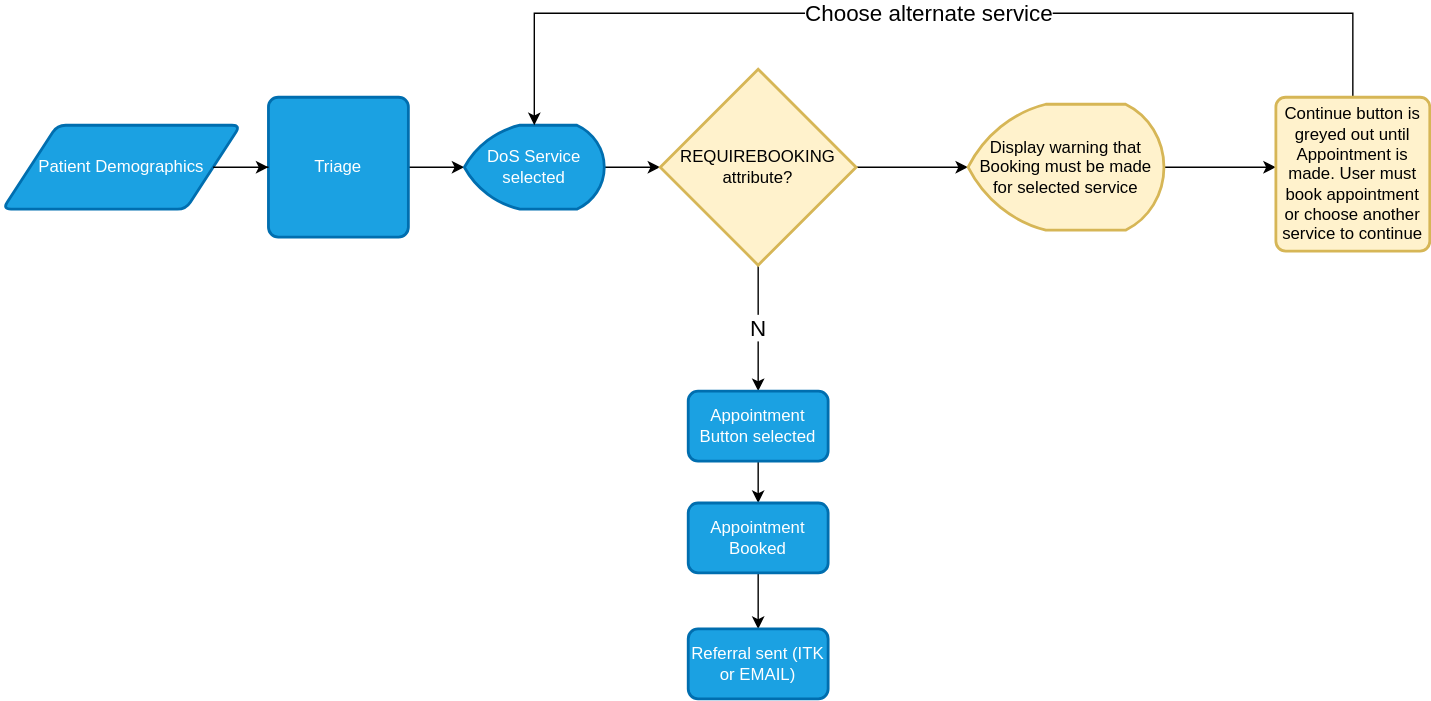
NHSDigital/booking-and-referral-media keeps this draw.io diagram as src/images/WorkFlows/DOS-bookingattribute-workflow.svg. Above is the earlier version. Source tidied: cells renumbered, new cells last; positions are measured from the earlier drawing's top-left corner, leaving out a move shared by most shapes. Its diagram source:
```xml
<mxGraphModel>
  <root>
    <mxCell id="0" />
    <mxCell id="1" parent="0" />
    <mxCell id="2" value="Patient Demographics" style="shape=parallelogram;html=1;strokeWidth=2;perimeter=parallelogramPerimeter;whiteSpace=wrap;rounded=1;arcSize=12;size=0.23;fillColor=#1ba1e2;strokeColor=#006EAF;fontColor=#ffffff;" parent="1" vertex="1">
      <mxGeometry y="80" width="170" height="60" as="geometry" />
    </mxCell>
    <mxCell id="3" style="edgeStyle=orthogonalEdgeStyle;rounded=0;jettySize=auto;html=1;entryX=0;entryY=0.5;entryDx=0;entryDy=0;entryPerimeter=0;" parent="1" edge="1" source="4" target="7">
      <mxGeometry relative="1" as="geometry" />
    </mxCell>
    <mxCell id="4" value="Triage" style="rounded=1;whiteSpace=wrap;html=1;absoluteArcSize=1;arcSize=14;strokeWidth=2;fillColor=#1ba1e2;strokeColor=#006EAF;fontColor=#ffffff;" parent="1" vertex="1">
      <mxGeometry x="190" y="60" width="100" height="100" as="geometry" />
    </mxCell>
    <mxCell id="5" style="edgeStyle=orthogonalEdgeStyle;rounded=0;jettySize=auto;html=1;" parent="1" edge="1" source="2" target="4">
      <mxGeometry relative="1" as="geometry" />
    </mxCell>
    <mxCell id="6" style="edgeStyle=orthogonalEdgeStyle;rounded=0;jettySize=auto;html=1;" parent="1" edge="1" source="7">
      <mxGeometry relative="1" as="geometry">
        <mxPoint x="470" y="110" as="targetPoint" />
      </mxGeometry>
    </mxCell>
    <mxCell id="7" value="DoS Service selected" style="strokeWidth=2;html=1;shape=mxgraph.flowchart.display;whiteSpace=wrap;fillColor=#1ba1e2;strokeColor=#006EAF;fontColor=#ffffff;" parent="1" vertex="1">
      <mxGeometry x="330" y="80" width="100" height="60" as="geometry" />
    </mxCell>
    <mxCell id="8" value="&lt;font style=&quot;font-size: 16px&quot;&gt;N&lt;/font&gt;" style="edgeStyle=orthogonalEdgeStyle;rounded=0;jettySize=auto;html=1;entryX=0.5;entryY=0;entryDx=0;entryDy=0;entryPerimeter=0;" parent="1" edge="1" source="10" target="12">
      <mxGeometry relative="1" as="geometry" />
    </mxCell>
    <mxCell id="9" style="edgeStyle=orthogonalEdgeStyle;rounded=0;jettySize=auto;html=1;" parent="1" edge="1" source="10">
      <mxGeometry relative="1" as="geometry">
        <mxPoint x="690" y="110" as="targetPoint" />
      </mxGeometry>
    </mxCell>
    <mxCell id="10" value="REQUIREBOOKING attribute?" style="strokeWidth=2;html=1;shape=mxgraph.flowchart.decision;whiteSpace=wrap;fillColor=#fff2cc;strokeColor=#d6b656;" parent="1" vertex="1">
      <mxGeometry x="470" y="40" width="140" height="140" as="geometry" />
    </mxCell>
    <mxCell id="11" style="edgeStyle=orthogonalEdgeStyle;rounded=0;jettySize=auto;html=1;" parent="1" edge="1" source="12" target="14">
      <mxGeometry relative="1" as="geometry" />
    </mxCell>
    <mxCell id="12" value="Appointment Button selected" style="rounded=1;whiteSpace=wrap;html=1;absoluteArcSize=1;arcSize=14;strokeWidth=2;fillColor=#1ba1e2;strokeColor=#006EAF;fontColor=#ffffff;" parent="1" vertex="1">
      <mxGeometry x="490" y="270" width="100" height="50" as="geometry" />
    </mxCell>
    <mxCell id="13" style="edgeStyle=orthogonalEdgeStyle;rounded=0;jettySize=auto;html=1;" parent="1" edge="1" source="14" target="15">
      <mxGeometry relative="1" as="geometry" />
    </mxCell>
    <mxCell id="14" value="Appointment Booked" style="rounded=1;whiteSpace=wrap;html=1;absoluteArcSize=1;arcSize=14;strokeWidth=2;fillColor=#1ba1e2;strokeColor=#006EAF;fontColor=#ffffff;" parent="1" vertex="1">
      <mxGeometry x="490" y="350" width="100" height="50" as="geometry" />
    </mxCell>
    <mxCell id="15" value="Referral sent (ITK or EMAIL)" style="rounded=1;whiteSpace=wrap;html=1;absoluteArcSize=1;arcSize=14;strokeWidth=2;fillColor=#1ba1e2;strokeColor=#006EAF;fontColor=#ffffff;" parent="1" vertex="1">
      <mxGeometry x="490" y="440" width="100" height="50" as="geometry" />
    </mxCell>
    <mxCell id="16" style="edgeStyle=orthogonalEdgeStyle;rounded=0;jettySize=auto;html=1;" parent="1" edge="1" source="17">
      <mxGeometry relative="1" as="geometry">
        <mxPoint x="910" y="110" as="targetPoint" />
      </mxGeometry>
    </mxCell>
    <mxCell id="17" value="Display warning that Booking must be made for selected service" style="strokeWidth=2;html=1;shape=mxgraph.flowchart.display;whiteSpace=wrap;fillColor=#fff2cc;strokeColor=#d6b656;" parent="1" vertex="1">
      <mxGeometry x="690" y="65" width="140" height="90" as="geometry" />
    </mxCell>
    <mxCell id="18" value="&lt;font style=&quot;font-size: 16px&quot;&gt;Choose alternate service&lt;/font&gt;" style="edgeStyle=orthogonalEdgeStyle;rounded=0;jettySize=auto;html=1;entryX=0.5;entryY=0;entryDx=0;entryDy=0;entryPerimeter=0;" parent="1" edge="1" source="19" target="7">
      <mxGeometry relative="1" as="geometry">
        <Array as="points">
          <mxPoint x="965" />
          <mxPoint x="380" />
        </Array>
      </mxGeometry>
    </mxCell>
    <mxCell id="19" value="Continue button is greyed out until Appointment is made. User must book appointment or choose another service to continue" style="rounded=1;whiteSpace=wrap;html=1;absoluteArcSize=1;arcSize=14;strokeWidth=2;fillColor=#fff2cc;strokeColor=#d6b656;" parent="1" vertex="1">
      <mxGeometry x="910" y="60" width="110" height="110" as="geometry" />
    </mxCell>
  </root>
</mxGraphModel>
```
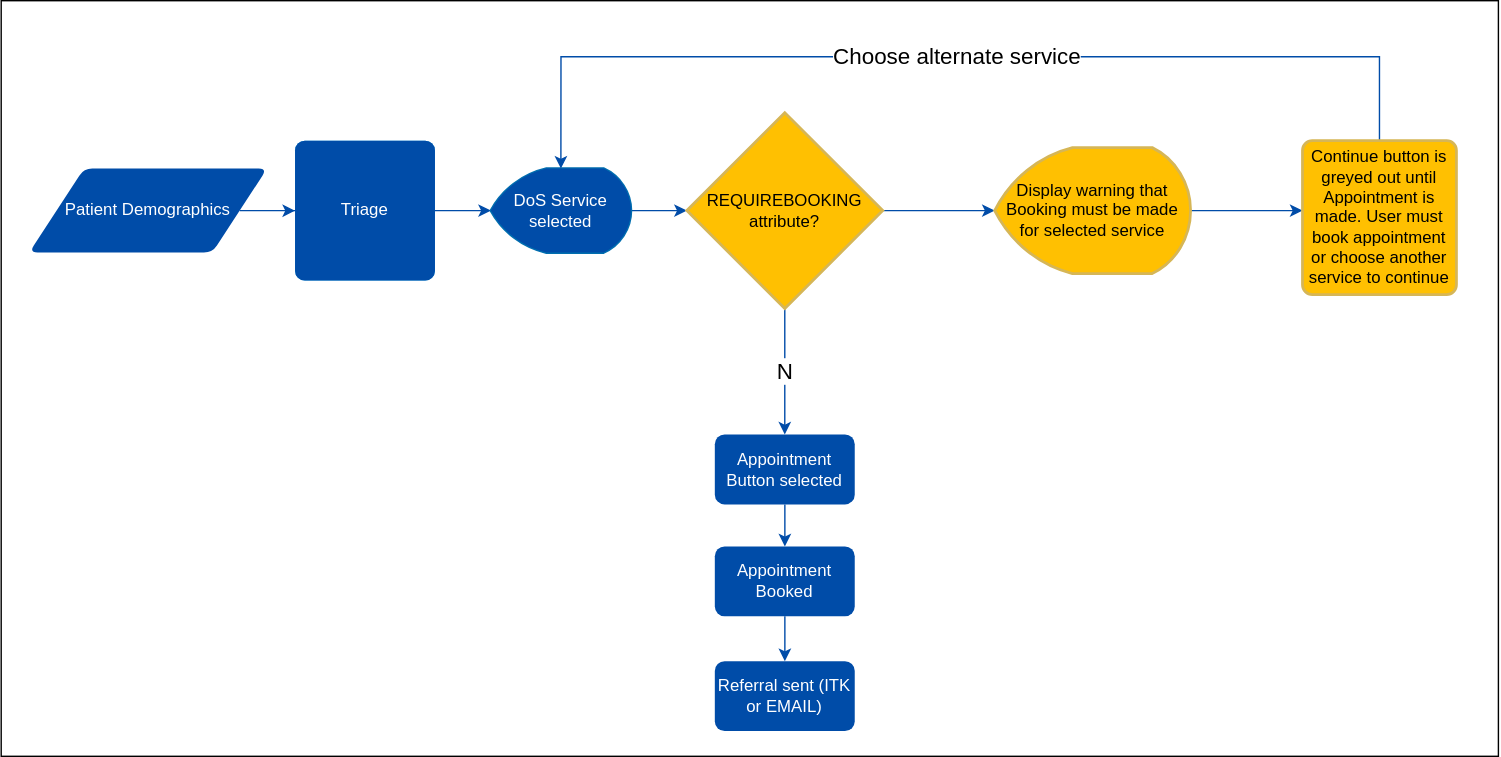
Above is the later version.

Commit message:
Updated DOS attribute image

The edit, as a diff of the source:
```diff
@@ -2,19 +2,22 @@
   <root>
     <mxCell id="0" />
     <mxCell id="1" parent="0" />
+    <mxCell id="20" style="rounded=0;whiteSpace=wrap;html=1;" parent="1" vertex="1">
+      <mxGeometry x="-20" y="-40" width="1070" height="540" as="geometry" />
+    </mxCell>
-    <mxCell id="2" value="Patient Demographics" style="shape=parallelogram;html=1;strokeWidth=2;perimeter=parallelogramPerimeter;whiteSpace=wrap;rounded=1;arcSize=12;size=0.23;fillColor=#1ba1e2;strokeColor=#006EAF;fontColor=#ffffff;" parent="1" vertex="1">
+    <mxCell id="2" value="Patient Demographics" style="shape=parallelogram;html=1;strokeWidth=2;perimeter=parallelogramPerimeter;whiteSpace=wrap;rounded=1;arcSize=12;size=0.23;fillColor=#004CA8;strokeColor=none;fontColor=#ffffff;" parent="1" vertex="1">
       <mxGeometry y="80" width="170" height="60" as="geometry" />
     </mxCell>
-    <mxCell id="3" style="edgeStyle=orthogonalEdgeStyle;rounded=0;jettySize=auto;html=1;entryX=0;entryY=0.5;entryDx=0;entryDy=0;entryPerimeter=0;" parent="1" edge="1" source="4" target="7">
+    <mxCell id="3" style="edgeStyle=orthogonalEdgeStyle;rounded=0;jettySize=auto;html=1;entryX=0;entryY=0.5;entryDx=0;entryDy=0;entryPerimeter=0;strokeColor=#004CA8;" parent="1" edge="1" source="4" target="7">
       <mxGeometry relative="1" as="geometry" />
     </mxCell>
-    <mxCell id="4" value="Triage" style="rounded=1;whiteSpace=wrap;html=1;absoluteArcSize=1;arcSize=14;strokeWidth=2;fillColor=#1ba1e2;strokeColor=#006EAF;fontColor=#ffffff;" parent="1" vertex="1">
+    <mxCell id="4" value="Triage" style="rounded=1;whiteSpace=wrap;html=1;absoluteArcSize=1;arcSize=14;strokeWidth=2;fillColor=#1ba1e2;strokeColor=none;fontColor=#ffffff;" parent="1" vertex="1">
       <mxGeometry x="190" y="60" width="100" height="100" as="geometry" />
     </mxCell>
-    <mxCell id="5" style="edgeStyle=orthogonalEdgeStyle;rounded=0;jettySize=auto;html=1;" parent="1" edge="1" source="2" target="4">
+    <mxCell id="5" style="edgeStyle=orthogonalEdgeStyle;rounded=0;jettySize=auto;html=1;strokeColor=#004CA8;" parent="1" edge="1" source="2" target="4">
       <mxGeometry relative="1" as="geometry" />
     </mxCell>
-    <mxCell id="6" style="edgeStyle=orthogonalEdgeStyle;rounded=0;jettySize=auto;html=1;" parent="1" edge="1" source="7">
+    <mxCell id="6" style="edgeStyle=orthogonalEdgeStyle;rounded=0;jettySize=auto;html=1;strokeColor=#004CA8;" parent="1" edge="1" source="7">
       <mxGeometry relative="1" as="geometry">
         <mxPoint x="470" y="110" as="targetPoint" />
       </mxGeometry>
@@ -22,41 +25,41 @@
     <mxCell id="7" value="DoS Service selected" style="strokeWidth=2;html=1;shape=mxgraph.flowchart.display;whiteSpace=wrap;fillColor=#1ba1e2;strokeColor=#006EAF;fontColor=#ffffff;" parent="1" vertex="1">
       <mxGeometry x="330" y="80" width="100" height="60" as="geometry" />
     </mxCell>
-    <mxCell id="8" value="&lt;font style=&quot;font-size: 16px&quot;&gt;N&lt;/font&gt;" style="edgeStyle=orthogonalEdgeStyle;rounded=0;jettySize=auto;html=1;entryX=0.5;entryY=0;entryDx=0;entryDy=0;entryPerimeter=0;" parent="1" edge="1" source="10" target="12">
+    <mxCell id="8" value="&lt;font style=&quot;font-size: 16px&quot;&gt;N&lt;/font&gt;" style="edgeStyle=orthogonalEdgeStyle;rounded=0;jettySize=auto;html=1;entryX=0.5;entryY=0;entryDx=0;entryDy=0;entryPerimeter=0;strokeColor=#004CA8;" parent="1" edge="1" source="10" target="12">
       <mxGeometry relative="1" as="geometry" />
     </mxCell>
-    <mxCell id="9" style="edgeStyle=orthogonalEdgeStyle;rounded=0;jettySize=auto;html=1;" parent="1" edge="1" source="10">
+    <mxCell id="9" style="edgeStyle=orthogonalEdgeStyle;rounded=0;jettySize=auto;html=1;strokeColor=#004CA8;" parent="1" edge="1" source="10">
       <mxGeometry relative="1" as="geometry">
         <mxPoint x="690" y="110" as="targetPoint" />
       </mxGeometry>
     </mxCell>
-    <mxCell id="10" value="REQUIREBOOKING attribute?" style="strokeWidth=2;html=1;shape=mxgraph.flowchart.decision;whiteSpace=wrap;fillColor=#fff2cc;strokeColor=#d6b656;" parent="1" vertex="1">
+    <mxCell id="10" value="REQUIREBOOKING attribute?" style="strokeWidth=2;html=1;shape=mxgraph.flowchart.decision;whiteSpace=wrap;fillColor=#FFC001;strokeColor=#d6b656;" parent="1" vertex="1">
       <mxGeometry x="470" y="40" width="140" height="140" as="geometry" />
     </mxCell>
-    <mxCell id="11" style="edgeStyle=orthogonalEdgeStyle;rounded=0;jettySize=auto;html=1;" parent="1" edge="1" source="12" target="14">
+    <mxCell id="11" style="edgeStyle=orthogonalEdgeStyle;rounded=0;jettySize=auto;html=1;strokeColor=#004CA8;" parent="1" edge="1" source="12" target="14">
       <mxGeometry relative="1" as="geometry" />
     </mxCell>
-    <mxCell id="12" value="Appointment Button selected" style="rounded=1;whiteSpace=wrap;html=1;absoluteArcSize=1;arcSize=14;strokeWidth=2;fillColor=#1ba1e2;strokeColor=#006EAF;fontColor=#ffffff;" parent="1" vertex="1">
+    <mxCell id="12" value="Appointment Button selected" style="rounded=1;whiteSpace=wrap;html=1;absoluteArcSize=1;arcSize=14;strokeWidth=2;fillColor=#004CA8;strokeColor=none;fontColor=#ffffff;" parent="1" vertex="1">
       <mxGeometry x="490" y="270" width="100" height="50" as="geometry" />
     </mxCell>
-    <mxCell id="13" style="edgeStyle=orthogonalEdgeStyle;rounded=0;jettySize=auto;html=1;" parent="1" edge="1" source="14" target="15">
+    <mxCell id="13" style="edgeStyle=orthogonalEdgeStyle;rounded=0;jettySize=auto;html=1;strokeColor=#004CA8;" parent="1" edge="1" source="14" target="15">
       <mxGeometry relative="1" as="geometry" />
     </mxCell>
-    <mxCell id="14" value="Appointment Booked" style="rounded=1;whiteSpace=wrap;html=1;absoluteArcSize=1;arcSize=14;strokeWidth=2;fillColor=#1ba1e2;strokeColor=#006EAF;fontColor=#ffffff;" parent="1" vertex="1">
+    <mxCell id="14" value="Appointment Booked" style="rounded=1;whiteSpace=wrap;html=1;absoluteArcSize=1;arcSize=14;strokeWidth=2;fillColor=#004CA8;strokeColor=none;fontColor=#ffffff;" parent="1" vertex="1">
       <mxGeometry x="490" y="350" width="100" height="50" as="geometry" />
     </mxCell>
-    <mxCell id="15" value="Referral sent (ITK or EMAIL)" style="rounded=1;whiteSpace=wrap;html=1;absoluteArcSize=1;arcSize=14;strokeWidth=2;fillColor=#1ba1e2;strokeColor=#006EAF;fontColor=#ffffff;" parent="1" vertex="1">
-      <mxGeometry x="490" y="440" width="100" height="50" as="geometry" />
+    <mxCell id="15" value="Referral sent (ITK or EMAIL)" style="rounded=1;whiteSpace=wrap;html=1;absoluteArcSize=1;arcSize=14;strokeWidth=2;fillColor=#004CA8;strokeColor=none;fontColor=#ffffff;" parent="1" vertex="1">
+      <mxGeometry x="490" y="432" width="100" height="50" as="geometry" />
     </mxCell>
-    <mxCell id="16" style="edgeStyle=orthogonalEdgeStyle;rounded=0;jettySize=auto;html=1;" parent="1" edge="1" source="17">
+    <mxCell id="16" style="edgeStyle=orthogonalEdgeStyle;rounded=0;jettySize=auto;html=1;strokeColor=#004CA8;" parent="1" edge="1" source="17">
       <mxGeometry relative="1" as="geometry">
         <mxPoint x="910" y="110" as="targetPoint" />
       </mxGeometry>
     </mxCell>
-    <mxCell id="17" value="Display warning that Booking must be made for selected service" style="strokeWidth=2;html=1;shape=mxgraph.flowchart.display;whiteSpace=wrap;fillColor=#fff2cc;strokeColor=#d6b656;" parent="1" vertex="1">
+    <mxCell id="17" value="Display warning that Booking must be made for selected service" style="strokeWidth=2;html=1;shape=mxgraph.flowchart.display;whiteSpace=wrap;fillColor=#FFC001;strokeColor=#d6b656;" parent="1" vertex="1">
       <mxGeometry x="690" y="65" width="140" height="90" as="geometry" />
     </mxCell>
-    <mxCell id="18" value="&lt;font style=&quot;font-size: 16px&quot;&gt;Choose alternate service&lt;/font&gt;" style="edgeStyle=orthogonalEdgeStyle;rounded=0;jettySize=auto;html=1;entryX=0.5;entryY=0;entryDx=0;entryDy=0;entryPerimeter=0;" parent="1" edge="1" source="19" target="7">
+    <mxCell id="18" value="&lt;font style=&quot;font-size: 16px&quot;&gt;Choose alternate service&lt;/font&gt;" style="edgeStyle=orthogonalEdgeStyle;rounded=0;jettySize=auto;html=1;entryX=0.5;entryY=0;entryDx=0;entryDy=0;entryPerimeter=0;strokeColor=#004CA8;" parent="1" edge="1" source="19" target="7">
       <mxGeometry relative="1" as="geometry">
         <Array as="points">
           <mxPoint x="965" />
@@ -64,8 +67,14 @@
         </Array>
       </mxGeometry>
     </mxCell>
-    <mxCell id="19" value="Continue button is greyed out until Appointment is made. User must book appointment or choose another service to continue" style="rounded=1;whiteSpace=wrap;html=1;absoluteArcSize=1;arcSize=14;strokeWidth=2;fillColor=#fff2cc;strokeColor=#d6b656;" parent="1" vertex="1">
+    <mxCell id="19" value="Continue button is greyed out until Appointment is made. User must book appointment or choose another service to continue" style="rounded=1;whiteSpace=wrap;html=1;absoluteArcSize=1;arcSize=14;strokeWidth=2;fillColor=#FFC001;strokeColor=#d6b656;" parent="1" vertex="1">
       <mxGeometry x="910" y="60" width="110" height="110" as="geometry" />
     </mxCell>
+    <mxCell id="21" value="Triage" style="rounded=1;whiteSpace=wrap;html=1;absoluteArcSize=1;arcSize=14;strokeWidth=2;fillColor=#004CA8;strokeColor=none;fontColor=#ffffff;" parent="1" vertex="1">
+      <mxGeometry x="190" y="60" width="100" height="100" as="geometry" />
+    </mxCell>
+    <mxCell id="22" value="DoS Service selected" style="strokeWidth=2;html=1;shape=mxgraph.flowchart.display;whiteSpace=wrap;fillColor=#004CA8;strokeColor=none;fontColor=#ffffff;" parent="1" vertex="1">
+      <mxGeometry x="330" y="80" width="100" height="60" as="geometry" />
+    </mxCell>
   </root>
 </mxGraphModel>
```
